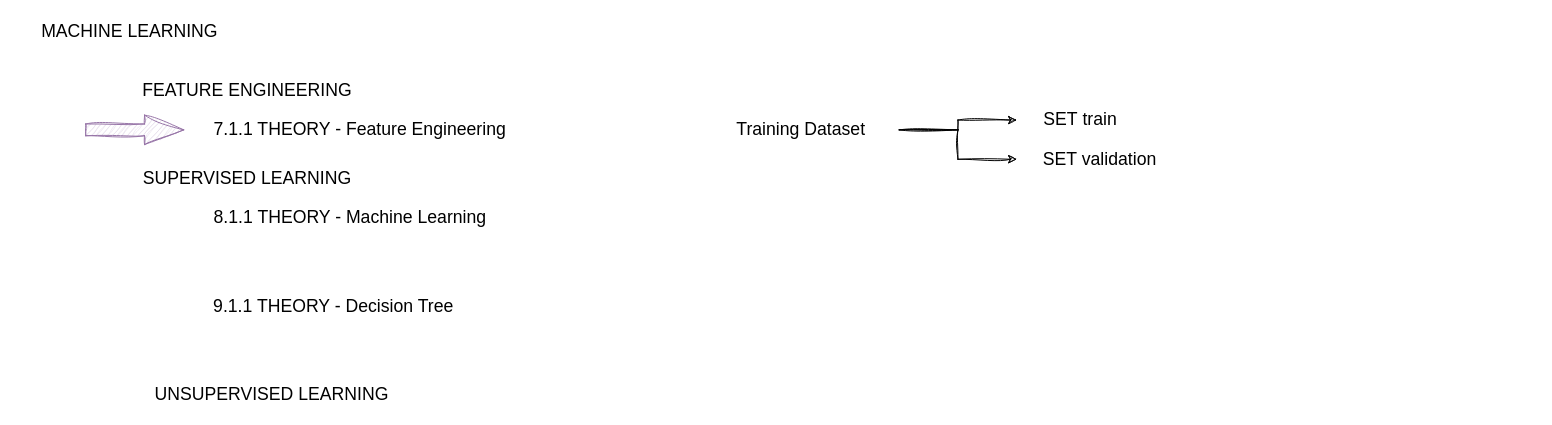
Before: Sprint2.drawio in Innoktiv/Anyone-AI, a draw.io diagram. Source tidied: cells renumbered, new cells numbered last; positions are measured from the earlier drawing's top-left corner, leaving out a move shared by most shapes. Both pictures are drawn from the tidied source at 98%, with x=0, y=0 at pixel (17, 17).
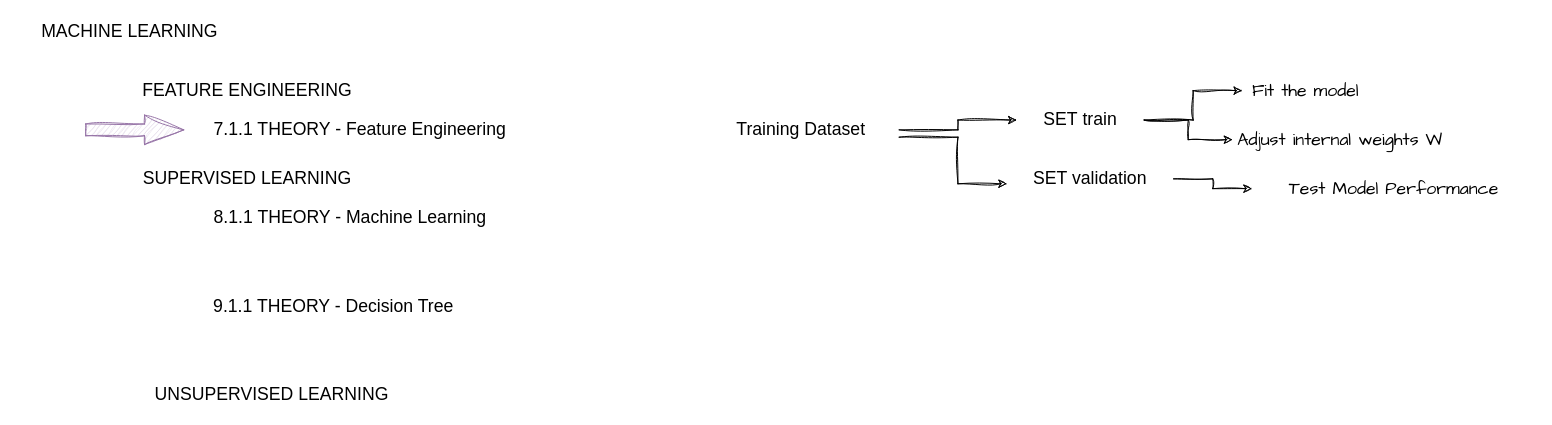
Above is the later version.

The change refers to these unchanged cells:
```xml
<mxCell id="10" value="&lt;font face=&quot;Helvetica&quot; style=&quot;font-size: 18px;&quot;&gt;SET&amp;nbsp;&lt;/font&gt;&lt;span style=&quot;font-size: 18px; font-family: Helvetica; background-color: initial;&quot;&gt;train&lt;/span&gt;" style="text;html=1;align=center;verticalAlign=middle;whiteSpace=wrap;rounded=0;fontFamily=Architects Daughter;" parent="1" vertex="1">
  <mxGeometry x="1020" y="90" width="130" height="30" as="geometry" />
</mxCell>
<mxCell id="14" value="&lt;font face=&quot;Helvetica&quot; style=&quot;font-size: 18px;&quot;&gt;Training Dataset&lt;br&gt;&lt;/font&gt;" style="text;html=1;align=center;verticalAlign=middle;whiteSpace=wrap;rounded=0;fontFamily=Architects Daughter;" parent="1" vertex="1">
  <mxGeometry x="700" y="100" width="200" height="30" as="geometry" />
</mxCell>
```

The edit, as a diff of the source:
```diff
@@
+    <mxCell id="15" style="edgeStyle=orthogonalEdgeStyle;rounded=0;sketch=1;hachureGap=4;jiggle=2;curveFitting=1;jettySize=auto;html=1;entryX=0;entryY=0.5;entryDx=0;entryDy=0;fontFamily=Architects Daughter;" parent="1" edge="1" source="10" target="18">
+      <mxGeometry relative="1" as="geometry" />
+    </mxCell>
+    <mxCell id="16" style="edgeStyle=orthogonalEdgeStyle;rounded=0;sketch=1;hachureGap=4;jiggle=2;curveFitting=1;jettySize=auto;html=1;entryX=0;entryY=0.5;entryDx=0;entryDy=0;fontFamily=Architects Daughter;" parent="1" edge="1" source="10" target="19">
+      <mxGeometry relative="1" as="geometry" />
+    </mxCell>
@@
+    <mxCell id="17" style="edgeStyle=orthogonalEdgeStyle;rounded=0;sketch=1;hachureGap=4;jiggle=2;curveFitting=1;jettySize=auto;html=1;fontFamily=Architects Daughter;" parent="1" edge="1" source="11" target="20">
+      <mxGeometry relative="1" as="geometry" />
+    </mxCell>
     <mxCell id="11" value="&lt;font face=&quot;Helvetica&quot; style=&quot;font-size: 18px;&quot;&gt;SET validation&lt;br&gt;&lt;/font&gt;" style="text;html=1;align=center;verticalAlign=middle;whiteSpace=wrap;rounded=0;fontFamily=Architects Daughter;" parent="1" vertex="1">
-      <mxGeometry x="1020" y="130" width="170" height="30" as="geometry" />
+      <mxGeometry x="1010" y="150" width="170" height="30" as="geometry" />
     </mxCell>
@@
-    <mxCell id="13" style="edgeStyle=orthogonalEdgeStyle;rounded=0;sketch=1;hachureGap=4;jiggle=2;curveFitting=1;jettySize=auto;html=1;fontFamily=Architects Daughter;" parent="1" edge="1" source="14" target="11">
-      <mxGeometry relative="1" as="geometry" />
+    <mxCell id="13" style="edgeStyle=orthogonalEdgeStyle;rounded=0;sketch=1;hachureGap=4;jiggle=2;curveFitting=1;jettySize=auto;html=1;fontFamily=Architects Daughter;exitX=1;exitY=0.75;exitDx=0;exitDy=0;" parent="1" edge="1" source="14" target="11">
+      <mxGeometry relative="1" as="geometry">
+        <Array as="points">
+          <mxPoint x="960" y="122" />
+          <mxPoint x="960" y="170" />
+        </Array>
+      </mxGeometry>
     </mxCell>
@@
+    <mxCell id="18" value="&lt;font style=&quot;font-size: 18px;&quot;&gt;Fit the model&lt;/font&gt;" style="text;html=1;align=center;verticalAlign=middle;whiteSpace=wrap;rounded=0;fontFamily=Architects Daughter;" parent="1" vertex="1">
+      <mxGeometry x="1250" y="60" width="130" height="30" as="geometry" />
+    </mxCell>
+    <mxCell id="19" value="&lt;font style=&quot;font-size: 18px;&quot;&gt;Adjust internal weights W&lt;/font&gt;" style="text;html=1;align=center;verticalAlign=middle;whiteSpace=wrap;rounded=0;fontFamily=Architects Daughter;" parent="1" vertex="1">
+      <mxGeometry x="1240" y="110" width="220" height="30" as="geometry" />
+    </mxCell>
+    <mxCell id="20" value="&lt;font style=&quot;font-size: 18px;&quot;&gt;Test Model Performance&lt;/font&gt;" style="text;html=1;align=center;verticalAlign=middle;whiteSpace=wrap;rounded=0;fontFamily=Architects Daughter;" parent="1" vertex="1">
+      <mxGeometry x="1260" y="160" width="290" height="30" as="geometry" />
+    </mxCell>
```
